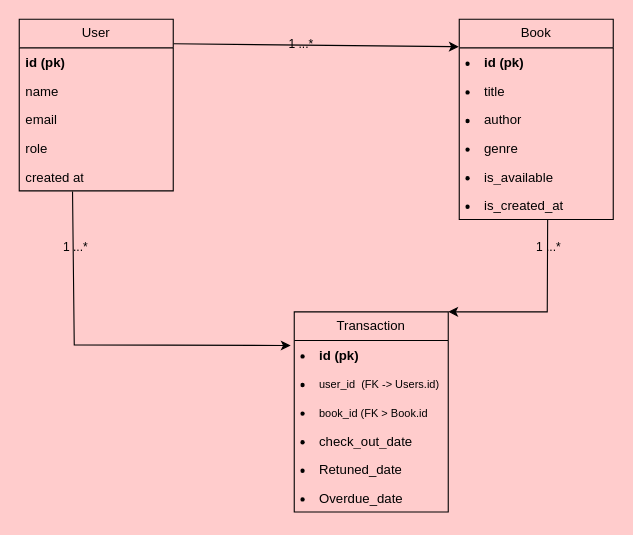
The draw.io diagram data-flow-diagram/library project UML.drawio in noelkips/alx-airbnb-project-documentation, before the edit. Source tidied: cells renumbered, new cells numbered last; positions are measured from the earlier drawing's top-left corner, leaving out a move shared by most shapes. Both pictures are drawn from the tidied source at 110%, with x=0, y=0 at pixel (19, 19).
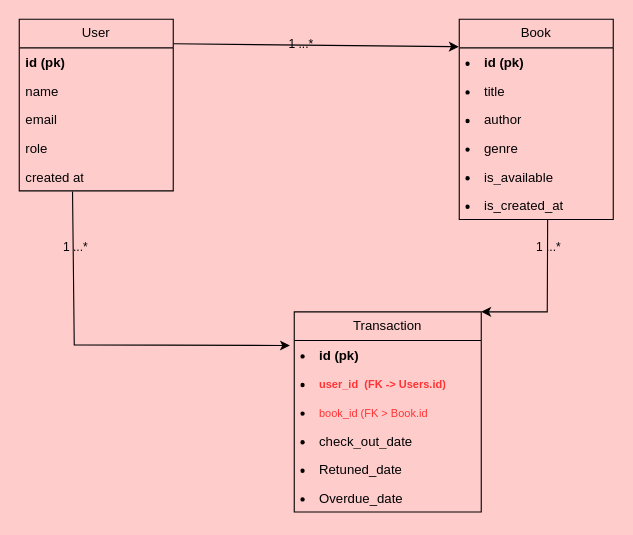
The same page after the edit.

Change to the diagram source:
```diff
@@
     <mxCell id="15" value="Transaction" style="swimlane;fontStyle=0;horizontal=1;startSize=26;fillColor=none;whiteSpace=wrap;html=1;labelBackgroundColor=none;" parent="1" vertex="1">
-      <mxGeometry x="250" y="266" width="140" height="182" as="geometry" />
+      <mxGeometry x="250" y="266" width="170" height="182" as="geometry" />
     </mxCell>
     <mxCell id="16" value="&lt;li&gt;&lt;b&gt;id (pk)&lt;/b&gt;&lt;/li&gt;" style="text;strokeColor=none;fillColor=none;align=left;verticalAlign=top;spacingLeft=4;spacingRight=4;overflow=hidden;points=[[0,0.5],[1,0.5]];portConstraint=eastwest;whiteSpace=wrap;html=1;labelBackgroundColor=none;" parent="15" vertex="1">
-      <mxGeometry y="26" width="140" height="26" as="geometry" />
+      <mxGeometry y="26" width="170" height="26" as="geometry" />
     </mxCell>
-    <mxCell id="17" value="&lt;li&gt;&lt;font style=&quot;font-size: 10px;&quot;&gt;&lt;span style=&quot;background-color: transparent; color: light-dark(rgb(0, 0, 0), rgb(255, 255, 255));&quot;&gt;user_id&amp;nbsp;&amp;nbsp;&lt;/span&gt;(FK -&amp;gt; Users.id)&lt;/font&gt;&lt;/li&gt;" style="text;strokeColor=none;fillColor=none;align=left;verticalAlign=top;spacingLeft=4;spacingRight=4;overflow=hidden;whiteSpace=wrap;html=1;labelBackgroundColor=none;" parent="15" vertex="1">
-      <mxGeometry y="52" width="140" height="26" as="geometry" />
+    <mxCell id="17" value="&lt;li&gt;&lt;font style=&quot;font-size: 10px; color: rgb(255, 51, 51);&quot;&gt;&lt;b&gt;&lt;span style=&quot;background-color: transparent;&quot;&gt;user_id&amp;nbsp;&amp;nbsp;&lt;/span&gt;(FK -&amp;gt; Users.id)&lt;/b&gt;&lt;/font&gt;&lt;/li&gt;" style="text;strokeColor=none;fillColor=none;align=left;verticalAlign=top;spacingLeft=4;spacingRight=4;overflow=hidden;whiteSpace=wrap;html=1;labelBackgroundColor=none;" parent="15" vertex="1">
+      <mxGeometry y="52" width="170" height="26" as="geometry" />
     </mxCell>
-    <mxCell id="18" value="&lt;li&gt;&lt;span style=&quot;background-color: transparent; color: light-dark(rgb(0, 0, 0), rgb(255, 255, 255));&quot;&gt;&lt;font style=&quot;font-size: 10px;&quot;&gt;book_id (FK &amp;gt; Book.id&lt;/font&gt;&lt;/span&gt;&lt;/li&gt;" style="text;strokeColor=none;fillColor=none;align=left;verticalAlign=top;spacingLeft=4;spacingRight=4;overflow=hidden;whiteSpace=wrap;html=1;labelBackgroundColor=none;" parent="15" vertex="1">
-      <mxGeometry y="78" width="140" height="26" as="geometry" />
+    <mxCell id="18" value="&lt;li&gt;&lt;span style=&quot;background-color: transparent;&quot;&gt;&lt;font style=&quot;font-size: 10px; color: light-dark(rgb(255, 51, 51), rgb(255, 255, 255));&quot;&gt;book_id (FK &amp;gt; Book.id&lt;/font&gt;&lt;/span&gt;&lt;/li&gt;" style="text;strokeColor=none;fillColor=none;align=left;verticalAlign=top;spacingLeft=4;spacingRight=4;overflow=hidden;whiteSpace=wrap;html=1;labelBackgroundColor=none;" parent="15" vertex="1">
+      <mxGeometry y="78" width="170" height="26" as="geometry" />
     </mxCell>
     <mxCell id="19" value="&lt;li&gt;&lt;span style=&quot;background-color: transparent; color: light-dark(rgb(0, 0, 0), rgb(255, 255, 255));&quot;&gt;check_out_date&lt;/span&gt;&lt;/li&gt;" style="text;strokeColor=none;fillColor=none;align=left;verticalAlign=top;spacingLeft=4;spacingRight=4;overflow=hidden;whiteSpace=wrap;html=1;labelBackgroundColor=none;" parent="15" vertex="1">
-      <mxGeometry y="104" width="140" height="26" as="geometry" />
+      <mxGeometry y="104" width="170" height="26" as="geometry" />
     </mxCell>
     <mxCell id="20" value="&lt;li&gt;&lt;span style=&quot;background-color: transparent; color: light-dark(rgb(0, 0, 0), rgb(255, 255, 255));&quot;&gt;Retuned_date&lt;/span&gt;&lt;/li&gt;" style="text;strokeColor=none;fillColor=none;align=left;verticalAlign=top;spacingLeft=4;spacingRight=4;overflow=hidden;whiteSpace=wrap;html=1;labelBackgroundColor=none;" parent="15" vertex="1">
-      <mxGeometry y="130" width="140" height="26" as="geometry" />
+      <mxGeometry y="130" width="170" height="26" as="geometry" />
     </mxCell>
     <mxCell id="21" value="&lt;li&gt;&lt;span style=&quot;background-color: transparent; color: light-dark(rgb(0, 0, 0), rgb(255, 255, 255));&quot;&gt;Overdue_date&lt;/span&gt;&lt;/li&gt;" style="text;strokeColor=none;fillColor=none;align=left;verticalAlign=top;spacingLeft=4;spacingRight=4;overflow=hidden;whiteSpace=wrap;html=1;labelBackgroundColor=none;" parent="15" vertex="1">
-      <mxGeometry y="156" width="140" height="26" as="geometry" />
+      <mxGeometry y="156" width="170" height="26" as="geometry" />
     </mxCell>
```
